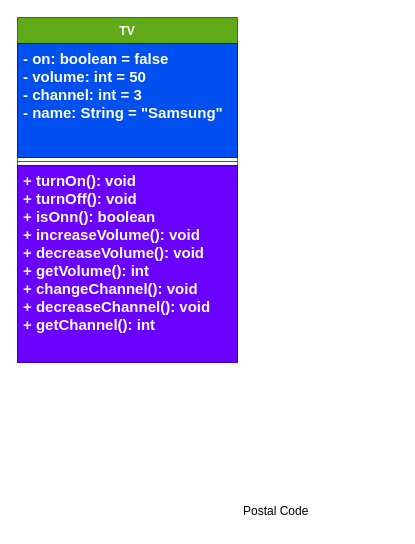
This is Television/My TV Class Diagram.drawio from Dukeliam/IdeaProjects, a draw.io file, before an edit. Source tidied: cells renumbered, new cells numbered last; positions are measured from the earlier drawing's top-left corner, leaving out a move shared by most shapes. Both pictures are drawn from the tidied source at 100%, with x=0, y=0 at pixel (17, 17).
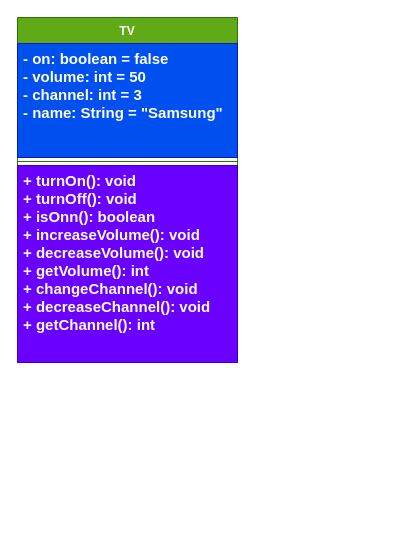
Above is the later version.

What changed in the source:
```diff
@@
 <mxGraphModel>
   <root>
     <mxCell id="0" />
     <mxCell id="1" parent="0" />
-    <mxCell id="2" value="Postal Code" style="text;align=left;verticalAlign=top;spacingLeft=4;spacingRight=4;overflow=hidden;rounded=0;shadow=0;html=0;" parent="1" vertex="1">
-      <mxGeometry x="220" y="480" width="160" height="26" as="geometry" />
-    </mxCell>
     <mxCell id="3" value="TV" style="swimlane;fontStyle=1;align=center;verticalAlign=top;horizontal=1;startSize=26;whiteSpace=wrap;html=1;fillColor=#60a917;fontColor=#ffffff;strokeColor=#2D7600;" parent="1" vertex="1">
       <mxGeometry width="220" height="345" as="geometry" />
     </mxCell>
     <mxCell id="4" value="&lt;div&gt;&lt;b&gt;&lt;font style=&quot;font-size: 15px;&quot;&gt;- on: boolean = false&lt;/font&gt;&lt;/b&gt;&lt;/div&gt;&lt;div&gt;&lt;b&gt;&lt;font style=&quot;font-size: 15px;&quot;&gt;- volume: int = 50&lt;/font&gt;&lt;/b&gt;&lt;/div&gt;&lt;div&gt;&lt;b&gt;&lt;font style=&quot;font-size: 15px;&quot;&gt;- channel: int = 3&lt;/font&gt;&lt;/b&gt;&lt;/div&gt;&lt;div&gt;&lt;b&gt;&lt;font style=&quot;font-size: 15px;&quot;&gt;- name: String = &quot;Samsung&quot;&lt;/font&gt;&lt;/b&gt;&lt;/div&gt;" style="text;strokeColor=#001DBC;fillColor=#0050ef;align=left;verticalAlign=top;spacingLeft=4;spacingRight=4;overflow=hidden;whiteSpace=wrap;html=1;fontColor=#ffffff;" parent="3" vertex="1">
       <mxGeometry y="26" width="220" height="114" as="geometry" />
     </mxCell>
     <mxCell id="5" style="line;strokeWidth=1;fillColor=none;align=left;verticalAlign=middle;spacingTop=-1;spacingLeft=3;spacingRight=3;labelPosition=right;strokeColor=inherit;labelPerimeter=1;" parent="3" vertex="1">
       <mxGeometry y="140" width="220" height="8" as="geometry" />
     </mxCell>
     <mxCell id="6" value="&lt;div&gt;&lt;b&gt;&lt;font style=&quot;font-size: 15px;&quot;&gt;+ turnOn(): void&lt;/font&gt;&lt;/b&gt;&lt;/div&gt;&lt;div&gt;&lt;b&gt;&lt;font style=&quot;font-size: 15px;&quot;&gt;+ turnOff(): void&lt;/font&gt;&lt;/b&gt;&lt;/div&gt;&lt;div&gt;&lt;b&gt;&lt;font style=&quot;font-size: 15px;&quot;&gt;+ isOnn(): boolean&lt;/font&gt;&lt;/b&gt;&lt;/div&gt;&lt;div&gt;&lt;b&gt;&lt;font style=&quot;font-size: 15px;&quot;&gt;+ increaseVolume(): void&lt;/font&gt;&lt;/b&gt;&lt;/div&gt;&lt;div&gt;&lt;b&gt;&lt;font style=&quot;font-size: 15px;&quot;&gt;+ decreaseVolume(): void&lt;/font&gt;&lt;/b&gt;&lt;/div&gt;&lt;div&gt;&lt;b&gt;&lt;font style=&quot;font-size: 15px;&quot;&gt;+ getVolume(): int&lt;/font&gt;&lt;/b&gt;&lt;/div&gt;&lt;div&gt;&lt;b&gt;&lt;font style=&quot;font-size: 15px;&quot;&gt;+ changeChannel(): void&lt;/font&gt;&lt;/b&gt;&lt;/div&gt;&lt;div&gt;&lt;b&gt;&lt;font style=&quot;font-size: 15px;&quot;&gt;+ decreaseChannel(): void&lt;/font&gt;&lt;/b&gt;&lt;/div&gt;&lt;div&gt;&lt;b&gt;&lt;font style=&quot;font-size: 15px;&quot;&gt;+ getChannel(): int&lt;/font&gt;&lt;/b&gt;&lt;/div&gt;" style="text;strokeColor=#3700CC;fillColor=#6a00ff;align=left;verticalAlign=top;spacingLeft=4;spacingRight=4;overflow=hidden;whiteSpace=wrap;html=1;fontColor=#ffffff;" parent="3" vertex="1">
       <mxGeometry y="148" width="220" height="197" as="geometry" />
     </mxCell>
   </root>
 </mxGraphModel>
```
